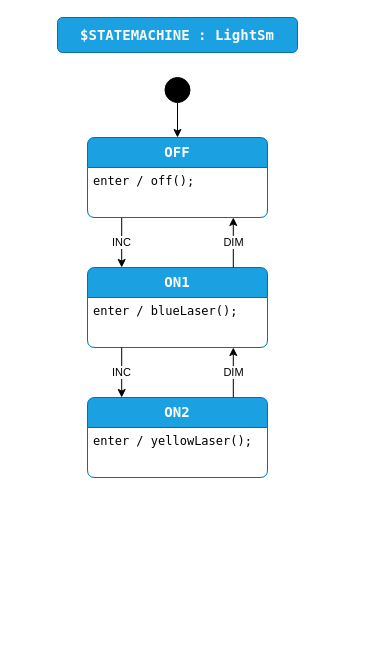
StateSmith/tutorial-4 keeps this draw.io diagram as page "design" (1 of 4) of lesson-2/LightSm.drawio. Above is the earlier version. Source tidied: cells renumbered, new cells numbered last; positions are measured from the earlier drawing's top-left corner, leaving out a move shared by most shapes. Both pictures are drawn from the tidied source at 100%, with x=0, y=0 at pixel (57, 17).
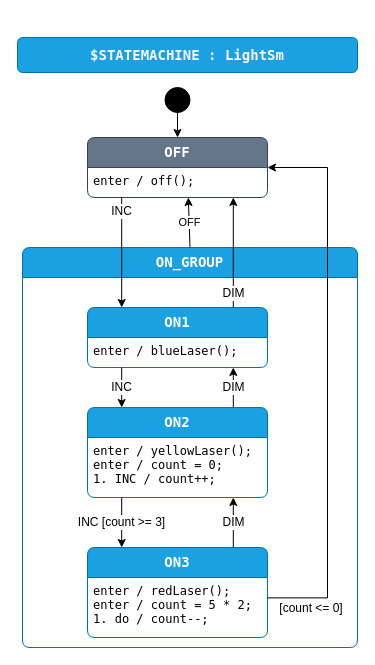
After the change.

Change to the diagram source:
```diff
@@
-    <mxCell id="2" style="rounded=0;jettySize=auto;html=1;exitX=0.5;exitY=1;exitDx=0;exitDy=0;" parent="1" edge="1" source="3" target="5">
+    <mxCell id="2" style="rounded=0;jettySize=auto;html=1;exitX=0.5;exitY=1;exitDx=0;exitDy=0;fontSize=12;" parent="1" edge="1" source="3" target="5">
       <mxGeometry relative="1" as="geometry" />
     </mxCell>
     <mxCell id="3" value="$initial_state" style="shape=ellipse;fillColor=#000000;noLabel=1;" parent="1" vertex="1">
-      <mxGeometry x="107.5" y="60" width="25" height="25" as="geometry" />
+      <mxGeometry x="107.5" y="70" width="25" height="25" as="geometry" />
     </mxCell>
-    <mxCell id="4" value="INC" style="edgeStyle=orthogonalEdgeStyle;rounded=0;jettySize=auto;html=1;exitX=0.19;exitY=1;exitDx=0;exitDy=0;exitPerimeter=0;entryX=0.19;entryY=0;entryDx=0;entryDy=0;entryPerimeter=0;" parent="1" edge="1" source="5" target="7">
-      <mxGeometry relative="1" as="geometry" />
-    </mxCell>
-    <mxCell id="5" value="OFF" style="shape=swimlane;align=center;verticalAlign=top;fontFamily=Lucida Console;startSize=30;fontSize=14;fontStyle=1;fontColor=#ffffff;fillColor=#1ba1e2;swimlaneFillColor=default;rounded=1;arcSize=15;absoluteArcSize=1;points=[[0,0,0,0,0],[0,0.06,0,0,0],[0,0.13,0,0,0],[0,0.19,0,0,0],[0,0.25,0,0,0],[0,0.31,0,0,0],[0,0.38,0,0,0],[0,0.44,0,0,0],[0,0.5,0,0,0],[0,0.56,0,0,0],[0,0.63,0,0,0],[0,0.69,0,0,0],[0,0.75,0,0,0],[0,0.81,0,0,0],[0,0.88,0,0,0],[0,0.94,0,0,0],[0,1,0,0,0],[0.06,0,0,0,0],[0.06,1,0,0,0],[0.13,0,0,0,0],[0.13,1,0,0,0],[0.19,0,0,0,0],[0.19,1,0,0,0],[0.25,0,0,0,0],[0.25,1,0,0,0],[0.31,0,0,0,0],[0.31,1,0,0,0],[0.38,0,0,0,0],[0.38,1,0,0,0],[0.44,0,0,0,0],[0.44,1,0,0,0],[0.5,0,0,0,0],[0.5,1,0,0,0],[0.56,0,0,0,0],[0.56,1,0,0,0],[0.63,0,0,0,0],[0.63,1,0,0,0],[0.69,0,0,0,0],[0.69,1,0,0,0],[0.75,0,0,0,0],[0.75,1,0,0,0],[0.81,0,0,0,0],[0.81,1,0,0,0],[0.88,0,0,0,0],[0.88,1,0,0,0],[0.94,0,0,0,0],[0.94,1,0,0,0],[1,0,0,0,0],[1,0.06,0,0,0],[1,0.13,0,0,0],[1,0.19,0,0,0],[1,0.25,0,0,0],[1,0.31,0,0,0],[1,0.38,0,0,0],[1,0.44,0,0,0],[1,0.5,0,0,0],[1,0.56,0,0,0],[1,0.63,0,0,0],[1,0.69,0,0,0],[1,0.75,0,0,0],[1,0.81,0,0,0],[1,0.88,0,0,0],[1,0.94,0,0,0],[1,1,0,0,0]];strokeColor=#006EAF;" parent="1" vertex="1">
-      <mxGeometry x="30" y="120" width="180" height="80" as="geometry" />
+    <mxCell id="5" value="OFF" style="shape=swimlane;align=center;verticalAlign=top;fontFamily=Lucida Console;startSize=30;fontSize=14;fontStyle=1;fontColor=#ffffff;fillColor=#647687;swimlaneFillColor=default;rounded=1;arcSize=15;absoluteArcSize=1;points=[[0,0,0,0,0],[0,0.06,0,0,0],[0,0.13,0,0,0],[0,0.19,0,0,0],[0,0.25,0,0,0],[0,0.31,0,0,0],[0,0.38,0,0,0],[0,0.44,0,0,0],[0,0.5,0,0,0],[0,0.56,0,0,0],[0,0.63,0,0,0],[0,0.69,0,0,0],[0,0.75,0,0,0],[0,0.81,0,0,0],[0,0.88,0,0,0],[0,0.94,0,0,0],[0,1,0,0,0],[0.06,0,0,0,0],[0.06,1,0,0,0],[0.13,0,0,0,0],[0.13,1,0,0,0],[0.19,0,0,0,0],[0.19,1,0,0,0],[0.25,0,0,0,0],[0.25,1,0,0,0],[0.31,0,0,0,0],[0.31,1,0,0,0],[0.38,0,0,0,0],[0.38,1,0,0,0],[0.44,0,0,0,0],[0.44,1,0,0,0],[0.5,0,0,0,0],[0.5,1,0,0,0],[0.56,0,0,0,0],[0.56,1,0,0,0],[0.63,0,0,0,0],[0.63,1,0,0,0],[0.69,0,0,0,0],[0.69,1,0,0,0],[0.75,0,0,0,0],[0.75,1,0,0,0],[0.81,0,0,0,0],[0.81,1,0,0,0],[0.88,0,0,0,0],[0.88,1,0,0,0],[0.94,0,0,0,0],[0.94,1,0,0,0],[1,0,0,0,0],[1,0.06,0,0,0],[1,0.13,0,0,0],[1,0.19,0,0,0],[1,0.25,0,0,0],[1,0.31,0,0,0],[1,0.38,0,0,0],[1,0.44,0,0,0],[1,0.5,0,0,0],[1,0.56,0,0,0],[1,0.63,0,0,0],[1,0.69,0,0,0],[1,0.75,0,0,0],[1,0.81,0,0,0],[1,0.88,0,0,0],[1,0.94,0,0,0],[1,1,0,0,0]];strokeColor=#314354;" parent="1" vertex="1">
+      <mxGeometry x="30" y="120" width="180" height="60" as="geometry" />
     </mxCell>
@@
+    <mxCell id="10" value="&lt;span style=&quot;color: rgb(250, 250, 250); font-family: &amp;quot;Lucida Console&amp;quot;; font-size: 14px; font-weight: 700; text-wrap: nowrap;&quot;&gt;$STATEMACHINE : LightSm&lt;/span&gt;" style="rounded=1;whiteSpace=wrap;html=1;fillColor=#1ba1e2;fontColor=#ffffff;strokeColor=#006EAF;" parent="1" vertex="1">
+      <mxGeometry x="-40" y="20" width="340" height="35" as="geometry" />
+    </mxCell>
+    <mxCell id="15" value="ON_GROUP" style="shape=swimlane;align=center;verticalAlign=top;fontFamily=Lucida Console;startSize=30;fontSize=14;fontStyle=1;fontColor=#ffffff;fillColor=#1ba1e2;swimlaneFillColor=default;rounded=1;arcSize=15;absoluteArcSize=1;points=[[0,0,0,0,0],[0,0.06,0,0,0],[0,0.13,0,0,0],[0,0.19,0,0,0],[0,0.25,0,0,0],[0,0.31,0,0,0],[0,0.38,0,0,0],[0,0.44,0,0,0],[0,0.5,0,0,0],[0,0.56,0,0,0],[0,0.63,0,0,0],[0,0.69,0,0,0],[0,0.75,0,0,0],[0,0.81,0,0,0],[0,0.88,0,0,0],[0,0.94,0,0,0],[0,1,0,0,0],[0.06,0,0,0,0],[0.06,1,0,0,0],[0.13,0,0,0,0],[0.13,1,0,0,0],[0.19,0,0,0,0],[0.19,1,0,0,0],[0.25,0,0,0,0],[0.25,1,0,0,0],[0.31,0,0,0,0],[0.31,1,0,0,0],[0.38,0,0,0,0],[0.38,1,0,0,0],[0.44,0,0,0,0],[0.44,1,0,0,0],[0.5,0,0,0,0],[0.5,1,0,0,0],[0.56,0,0,0,0],[0.56,1,0,0,0],[0.63,0,0,0,0],[0.63,1,0,0,0],[0.69,0,0,0,0],[0.69,1,0,0,0],[0.75,0,0,0,0],[0.75,1,0,0,0],[0.81,0,0,0,0],[0.81,1,0,0,0],[0.88,0,0,0,0],[0.88,1,0,0,0],[0.94,0,0,0,0],[0.94,1,0,0,0],[1,0,0,0,0],[1,0.06,0,0,0],[1,0.13,0,0,0],[1,0.19,0,0,0],[1,0.25,0,0,0],[1,0.31,0,0,0],[1,0.38,0,0,0],[1,0.44,0,0,0],[1,0.5,0,0,0],[1,0.56,0,0,0],[1,0.63,0,0,0],[1,0.69,0,0,0],[1,0.75,0,0,0],[1,0.81,0,0,0],[1,0.88,0,0,0],[1,0.94,0,0,0],[1,1,0,0,0]];strokeColor=#006EAF;" parent="1" vertex="1">
+      <mxGeometry x="-35" y="230" width="335" height="400" as="geometry" />
+    </mxCell>
+    <mxCell id="16" style="fontFamily=Lucida Console;align=left;verticalAlign=top;fillColor=none;gradientColor=none;strokeColor=none;rounded=0;spacingLeft=4;" parent="15" vertex="1">
+      <mxGeometry y="30" width="50" height="40" as="geometry" />
+    </mxCell>
-    <mxCell id="7" value="ON1" style="shape=swimlane;align=center;verticalAlign=top;fontFamily=Lucida Console;startSize=30;fontSize=14;fontStyle=1;fontColor=#ffffff;fillColor=#1ba1e2;swimlaneFillColor=default;rounded=1;arcSize=15;absoluteArcSize=1;points=[[0,0,0,0,0],[0,0.06,0,0,0],[0,0.13,0,0,0],[0,0.19,0,0,0],[0,0.25,0,0,0],[0,0.31,0,0,0],[0,0.38,0,0,0],[0,0.44,0,0,0],[0,0.5,0,0,0],[0,0.56,0,0,0],[0,0.63,0,0,0],[0,0.69,0,0,0],[0,0.75,0,0,0],[0,0.81,0,0,0],[0,0.88,0,0,0],[0,0.94,0,0,0],[0,1,0,0,0],[0.06,0,0,0,0],[0.06,1,0,0,0],[0.13,0,0,0,0],[0.13,1,0,0,0],[0.19,0,0,0,0],[0.19,1,0,0,0],[0.25,0,0,0,0],[0.25,1,0,0,0],[0.31,0,0,0,0],[0.31,1,0,0,0],[0.38,0,0,0,0],[0.38,1,0,0,0],[0.44,0,0,0,0],[0.44,1,0,0,0],[0.5,0,0,0,0],[0.5,1,0,0,0],[0.56,0,0,0,0],[0.56,1,0,0,0],[0.63,0,0,0,0],[0.63,1,0,0,0],[0.69,0,0,0,0],[0.69,1,0,0,0],[0.75,0,0,0,0],[0.75,1,0,0,0],[0.81,0,0,0,0],[0.81,1,0,0,0],[0.88,0,0,0,0],[0.88,1,0,0,0],[0.94,0,0,0,0],[0.94,1,0,0,0],[1,0,0,0,0],[1,0.06,0,0,0],[1,0.13,0,0,0],[1,0.19,0,0,0],[1,0.25,0,0,0],[1,0.31,0,0,0],[1,0.38,0,0,0],[1,0.44,0,0,0],[1,0.5,0,0,0],[1,0.56,0,0,0],[1,0.63,0,0,0],[1,0.69,0,0,0],[1,0.75,0,0,0],[1,0.81,0,0,0],[1,0.88,0,0,0],[1,0.94,0,0,0],[1,1,0,0,0]];strokeColor=#006EAF;" parent="1" vertex="1">
-      <mxGeometry x="30" y="250" width="180" height="80" as="geometry" />
+    <mxCell id="7" value="ON1" style="shape=swimlane;align=center;verticalAlign=top;fontFamily=Lucida Console;startSize=30;fontSize=14;fontStyle=1;fontColor=#ffffff;fillColor=#1ba1e2;swimlaneFillColor=default;rounded=1;arcSize=15;absoluteArcSize=1;points=[[0,0,0,0,0],[0,0.06,0,0,0],[0,0.13,0,0,0],[0,0.19,0,0,0],[0,0.25,0,0,0],[0,0.31,0,0,0],[0,0.38,0,0,0],[0,0.44,0,0,0],[0,0.5,0,0,0],[0,0.56,0,0,0],[0,0.63,0,0,0],[0,0.69,0,0,0],[0,0.75,0,0,0],[0,0.81,0,0,0],[0,0.88,0,0,0],[0,0.94,0,0,0],[0,1,0,0,0],[0.06,0,0,0,0],[0.06,1,0,0,0],[0.13,0,0,0,0],[0.13,1,0,0,0],[0.19,0,0,0,0],[0.19,1,0,0,0],[0.25,0,0,0,0],[0.25,1,0,0,0],[0.31,0,0,0,0],[0.31,1,0,0,0],[0.38,0,0,0,0],[0.38,1,0,0,0],[0.44,0,0,0,0],[0.44,1,0,0,0],[0.5,0,0,0,0],[0.5,1,0,0,0],[0.56,0,0,0,0],[0.56,1,0,0,0],[0.63,0,0,0,0],[0.63,1,0,0,0],[0.69,0,0,0,0],[0.69,1,0,0,0],[0.75,0,0,0,0],[0.75,1,0,0,0],[0.81,0,0,0,0],[0.81,1,0,0,0],[0.88,0,0,0,0],[0.88,1,0,0,0],[0.94,0,0,0,0],[0.94,1,0,0,0],[1,0,0,0,0],[1,0.06,0,0,0],[1,0.13,0,0,0],[1,0.19,0,0,0],[1,0.25,0,0,0],[1,0.31,0,0,0],[1,0.38,0,0,0],[1,0.44,0,0,0],[1,0.5,0,0,0],[1,0.56,0,0,0],[1,0.63,0,0,0],[1,0.69,0,0,0],[1,0.75,0,0,0],[1,0.81,0,0,0],[1,0.88,0,0,0],[1,0.94,0,0,0],[1,1,0,0,0]];strokeColor=#006EAF;" parent="15" vertex="1">
+      <mxGeometry x="65" y="60" width="180" height="60" as="geometry" />
     </mxCell>
@@
-    <mxCell id="9" value="DIM" style="edgeStyle=orthogonalEdgeStyle;rounded=0;jettySize=auto;html=1;exitX=0.81;exitY=0;exitDx=0;exitDy=0;exitPerimeter=0;entryX=0.81;entryY=1;entryDx=0;entryDy=0;entryPerimeter=0;" parent="1" edge="1" source="7" target="5">
-      <mxGeometry relative="1" as="geometry" />
-    </mxCell>
-    <mxCell id="10" value="&lt;span style=&quot;color: rgb(250, 250, 250); font-family: &amp;quot;Lucida Console&amp;quot;; font-size: 14px; font-weight: 700; text-wrap: nowrap;&quot;&gt;$STATEMACHINE : LightSm&lt;/span&gt;" style="rounded=1;whiteSpace=wrap;html=1;fillColor=#1ba1e2;fontColor=#ffffff;strokeColor=#006EAF;" parent="1" vertex="1">
-      <mxGeometry width="240" height="35" as="geometry" />
-    </mxCell>
-    <mxCell id="11" value="ON2" style="shape=swimlane;align=center;verticalAlign=top;fontFamily=Lucida Console;startSize=30;fontSize=14;fontStyle=1;fontColor=#ffffff;fillColor=#1ba1e2;swimlaneFillColor=default;rounded=1;arcSize=15;absoluteArcSize=1;points=[[0,0,0,0,0],[0,0.06,0,0,0],[0,0.13,0,0,0],[0,0.19,0,0,0],[0,0.25,0,0,0],[0,0.31,0,0,0],[0,0.38,0,0,0],[0,0.44,0,0,0],[0,0.5,0,0,0],[0,0.56,0,0,0],[0,0.63,0,0,0],[0,0.69,0,0,0],[0,0.75,0,0,0],[0,0.81,0,0,0],[0,0.88,0,0,0],[0,0.94,0,0,0],[0,1,0,0,0],[0.06,0,0,0,0],[0.06,1,0,0,0],[0.13,0,0,0,0],[0.13,1,0,0,0],[0.19,0,0,0,0],[0.19,1,0,0,0],[0.25,0,0,0,0],[0.25,1,0,0,0],[0.31,0,0,0,0],[0.31,1,0,0,0],[0.38,0,0,0,0],[0.38,1,0,0,0],[0.44,0,0,0,0],[0.44,1,0,0,0],[0.5,0,0,0,0],[0.5,1,0,0,0],[0.56,0,0,0,0],[0.56,1,0,0,0],[0.63,0,0,0,0],[0.63,1,0,0,0],[0.69,0,0,0,0],[0.69,1,0,0,0],[0.75,0,0,0,0],[0.75,1,0,0,0],[0.81,0,0,0,0],[0.81,1,0,0,0],[0.88,0,0,0,0],[0.88,1,0,0,0],[0.94,0,0,0,0],[0.94,1,0,0,0],[1,0,0,0,0],[1,0.06,0,0,0],[1,0.13,0,0,0],[1,0.19,0,0,0],[1,0.25,0,0,0],[1,0.31,0,0,0],[1,0.38,0,0,0],[1,0.44,0,0,0],[1,0.5,0,0,0],[1,0.56,0,0,0],[1,0.63,0,0,0],[1,0.69,0,0,0],[1,0.75,0,0,0],[1,0.81,0,0,0],[1,0.88,0,0,0],[1,0.94,0,0,0],[1,1,0,0,0]];strokeColor=#006EAF;" parent="1" vertex="1">
-      <mxGeometry x="30" y="380" width="180" height="80" as="geometry" />
+    <mxCell id="11" value="ON2" style="shape=swimlane;align=center;verticalAlign=top;fontFamily=Lucida Console;startSize=30;fontSize=14;fontStyle=1;fontColor=#ffffff;fillColor=#1ba1e2;swimlaneFillColor=default;rounded=1;arcSize=15;absoluteArcSize=1;points=[[0,0,0,0,0],[0,0.06,0,0,0],[0,0.13,0,0,0],[0,0.19,0,0,0],[0,0.25,0,0,0],[0,0.31,0,0,0],[0,0.38,0,0,0],[0,0.44,0,0,0],[0,0.5,0,0,0],[0,0.56,0,0,0],[0,0.63,0,0,0],[0,0.69,0,0,0],[0,0.75,0,0,0],[0,0.81,0,0,0],[0,0.88,0,0,0],[0,0.94,0,0,0],[0,1,0,0,0],[0.06,0,0,0,0],[0.06,1,0,0,0],[0.13,0,0,0,0],[0.13,1,0,0,0],[0.19,0,0,0,0],[0.19,1,0,0,0],[0.25,0,0,0,0],[0.25,1,0,0,0],[0.31,0,0,0,0],[0.31,1,0,0,0],[0.38,0,0,0,0],[0.38,1,0,0,0],[0.44,0,0,0,0],[0.44,1,0,0,0],[0.5,0,0,0,0],[0.5,1,0,0,0],[0.56,0,0,0,0],[0.56,1,0,0,0],[0.63,0,0,0,0],[0.63,1,0,0,0],[0.69,0,0,0,0],[0.69,1,0,0,0],[0.75,0,0,0,0],[0.75,1,0,0,0],[0.81,0,0,0,0],[0.81,1,0,0,0],[0.88,0,0,0,0],[0.88,1,0,0,0],[0.94,0,0,0,0],[0.94,1,0,0,0],[1,0,0,0,0],[1,0.06,0,0,0],[1,0.13,0,0,0],[1,0.19,0,0,0],[1,0.25,0,0,0],[1,0.31,0,0,0],[1,0.38,0,0,0],[1,0.44,0,0,0],[1,0.5,0,0,0],[1,0.56,0,0,0],[1,0.63,0,0,0],[1,0.69,0,0,0],[1,0.75,0,0,0],[1,0.81,0,0,0],[1,0.88,0,0,0],[1,0.94,0,0,0],[1,1,0,0,0]];strokeColor=#006EAF;" parent="15" vertex="1">
+      <mxGeometry x="65" y="160" width="180" height="90" as="geometry" />
     </mxCell>
-    <mxCell id="12" value="enter / yellowLaser();" style="fontFamily=Lucida Console;align=left;verticalAlign=top;fillColor=none;gradientColor=none;strokeColor=none;rounded=0;spacingLeft=4;" parent="11" vertex="1">
-      <mxGeometry y="30" width="180" height="30" as="geometry" />
+    <mxCell id="12" value="enter / yellowLaser();&#10;enter / count = 0;&#10;1. INC / count++;&#10;" style="fontFamily=Lucida Console;align=left;verticalAlign=top;fillColor=none;gradientColor=none;strokeColor=none;rounded=0;spacingLeft=4;" parent="11" vertex="1">
+      <mxGeometry y="30" width="180" height="60" as="geometry" />
     </mxCell>
+    <mxCell id="17" value="ON3" style="shape=swimlane;align=center;verticalAlign=top;fontFamily=Lucida Console;startSize=30;fontSize=14;fontStyle=1;fontColor=#ffffff;fillColor=#1ba1e2;swimlaneFillColor=default;rounded=1;arcSize=15;absoluteArcSize=1;points=[[0,0,0,0,0],[0,0.06,0,0,0],[0,0.13,0,0,0],[0,0.19,0,0,0],[0,0.25,0,0,0],[0,0.31,0,0,0],[0,0.38,0,0,0],[0,0.44,0,0,0],[0,0.5,0,0,0],[0,0.56,0,0,0],[0,0.63,0,0,0],[0,0.69,0,0,0],[0,0.75,0,0,0],[0,0.81,0,0,0],[0,0.88,0,0,0],[0,0.94,0,0,0],[0,1,0,0,0],[0.06,0,0,0,0],[0.06,1,0,0,0],[0.13,0,0,0,0],[0.13,1,0,0,0],[0.19,0,0,0,0],[0.19,1,0,0,0],[0.25,0,0,0,0],[0.25,1,0,0,0],[0.31,0,0,0,0],[0.31,1,0,0,0],[0.38,0,0,0,0],[0.38,1,0,0,0],[0.44,0,0,0,0],[0.44,1,0,0,0],[0.5,0,0,0,0],[0.5,1,0,0,0],[0.56,0,0,0,0],[0.56,1,0,0,0],[0.63,0,0,0,0],[0.63,1,0,0,0],[0.69,0,0,0,0],[0.69,1,0,0,0],[0.75,0,0,0,0],[0.75,1,0,0,0],[0.81,0,0,0,0],[0.81,1,0,0,0],[0.88,0,0,0,0],[0.88,1,0,0,0],[0.94,0,0,0,0],[0.94,1,0,0,0],[1,0,0,0,0],[1,0.06,0,0,0],[1,0.13,0,0,0],[1,0.19,0,0,0],[1,0.25,0,0,0],[1,0.31,0,0,0],[1,0.38,0,0,0],[1,0.44,0,0,0],[1,0.5,0,0,0],[1,0.56,0,0,0],[1,0.63,0,0,0],[1,0.69,0,0,0],[1,0.75,0,0,0],[1,0.81,0,0,0],[1,0.88,0,0,0],[1,0.94,0,0,0],[1,1,0,0,0]];strokeColor=#006EAF;" parent="15" vertex="1">
+      <mxGeometry x="65" y="300" width="180" height="90" as="geometry" />
+    </mxCell>
+    <mxCell id="18" value="enter / redLaser();&#10;enter / count = 5 * 2;&#10;1. do / count--;&#10;" style="fontFamily=Lucida Console;align=left;verticalAlign=top;fillColor=none;gradientColor=none;strokeColor=none;rounded=0;spacingLeft=4;" parent="17" vertex="1">
+      <mxGeometry y="30" width="180" height="60" as="geometry" />
+    </mxCell>
-    <mxCell id="13" value="INC" style="edgeStyle=orthogonalEdgeStyle;rounded=0;jettySize=auto;html=1;exitX=0.19;exitY=1;exitDx=0;exitDy=0;exitPerimeter=0;entryX=0.19;entryY=0;entryDx=0;entryDy=0;entryPerimeter=0;" parent="1" edge="1" source="7" target="11">
+    <mxCell id="13" value="INC" style="edgeStyle=orthogonalEdgeStyle;rounded=0;jettySize=auto;html=1;exitX=0.19;exitY=1;exitDx=0;exitDy=0;exitPerimeter=0;entryX=0.19;entryY=0;entryDx=0;entryDy=0;entryPerimeter=0;fontSize=12;" parent="15" edge="1" source="7" target="11">
       <mxGeometry relative="1" as="geometry" />
     </mxCell>
-    <mxCell id="14" value="DIM" style="edgeStyle=orthogonalEdgeStyle;rounded=0;jettySize=auto;html=1;exitX=0.81;exitY=0;exitDx=0;exitDy=0;exitPerimeter=0;entryX=0.81;entryY=1;entryDx=0;entryDy=0;entryPerimeter=0;" parent="1" edge="1" source="11" target="7">
+    <mxCell id="14" value="DIM" style="edgeStyle=orthogonalEdgeStyle;rounded=0;jettySize=auto;html=1;exitX=0.81;exitY=0;exitDx=0;exitDy=0;exitPerimeter=0;entryX=0.81;entryY=1;entryDx=0;entryDy=0;entryPerimeter=0;fontSize=12;" parent="15" edge="1" source="11" target="7">
       <mxGeometry relative="1" as="geometry" />
     </mxCell>
+    <mxCell id="19" value="INC [count &amp;gt;= 3]" style="edgeStyle=orthogonalEdgeStyle;rounded=0;jettySize=auto;html=1;exitX=0.19;exitY=1;exitDx=0;exitDy=0;exitPerimeter=0;entryX=0.19;entryY=0;entryDx=0;entryDy=0;entryPerimeter=0;fontSize=12;" parent="15" edge="1" source="11" target="17">
+      <mxGeometry relative="1" as="geometry" />
+    </mxCell>
+    <mxCell id="20" value="DIM" style="edgeStyle=orthogonalEdgeStyle;rounded=0;jettySize=auto;html=1;exitX=0.81;exitY=0;exitDx=0;exitDy=0;exitPerimeter=0;entryX=0.81;entryY=1;entryDx=0;entryDy=0;entryPerimeter=0;fontSize=12;" parent="15" edge="1" source="17" target="11">
+      <mxGeometry relative="1" as="geometry" />
+    </mxCell>
+    <mxCell id="9" value="DIM" style="edgeStyle=orthogonalEdgeStyle;rounded=0;jettySize=auto;html=1;exitX=0.81;exitY=0;exitDx=0;exitDy=0;exitPerimeter=0;entryX=0.81;entryY=1;entryDx=0;entryDy=0;entryPerimeter=0;fontSize=12;" parent="1" edge="1" source="7" target="5">
+      <mxGeometry x="-0.75" relative="1" as="geometry" />
+    </mxCell>
+    <mxCell id="4" value="INC" style="edgeStyle=orthogonalEdgeStyle;rounded=0;jettySize=auto;html=1;exitX=0.19;exitY=1;exitDx=0;exitDy=0;exitPerimeter=0;entryX=0.19;entryY=0;entryDx=0;entryDy=0;entryPerimeter=0;fontSize=12;" parent="1" edge="1" source="5" target="7">
+      <mxGeometry x="-0.75" relative="1" as="geometry">
+        <Array as="points">
+          <mxPoint x="64" y="190" />
+          <mxPoint x="64" y="190" />
+        </Array>
+      </mxGeometry>
+    </mxCell>
+    <mxCell id="21" value="[count &lt;= 0]" style="edgeStyle=orthogonalEdgeStyle;rounded=0;jettySize=auto;entryX=1;entryY=0.5;entryDx=0;entryDy=0;entryPerimeter=0;fontSize=12;exitX=1;exitY=0.56;exitDx=0;exitDy=0;exitPerimeter=0;" parent="1" edge="1" source="17" target="5">
+      <mxGeometry x="-0.84" y="-10" relative="1" as="geometry">
+        <Array as="points">
+          <mxPoint x="270" y="580" />
+          <mxPoint x="270" y="150" />
+        </Array>
+      </mxGeometry>
+    </mxCell>
+    <mxCell id="22" value="OFF" style="rounded=0;jettySize=auto;html=1;exitX=0.5;exitY=0;exitDx=0;exitDy=0;exitPerimeter=0;entryX=0.56;entryY=1;entryDx=0;entryDy=0;entryPerimeter=0;" parent="1" edge="1" source="15" target="5">
+      <mxGeometry relative="1" as="geometry" />
+    </mxCell>
```
